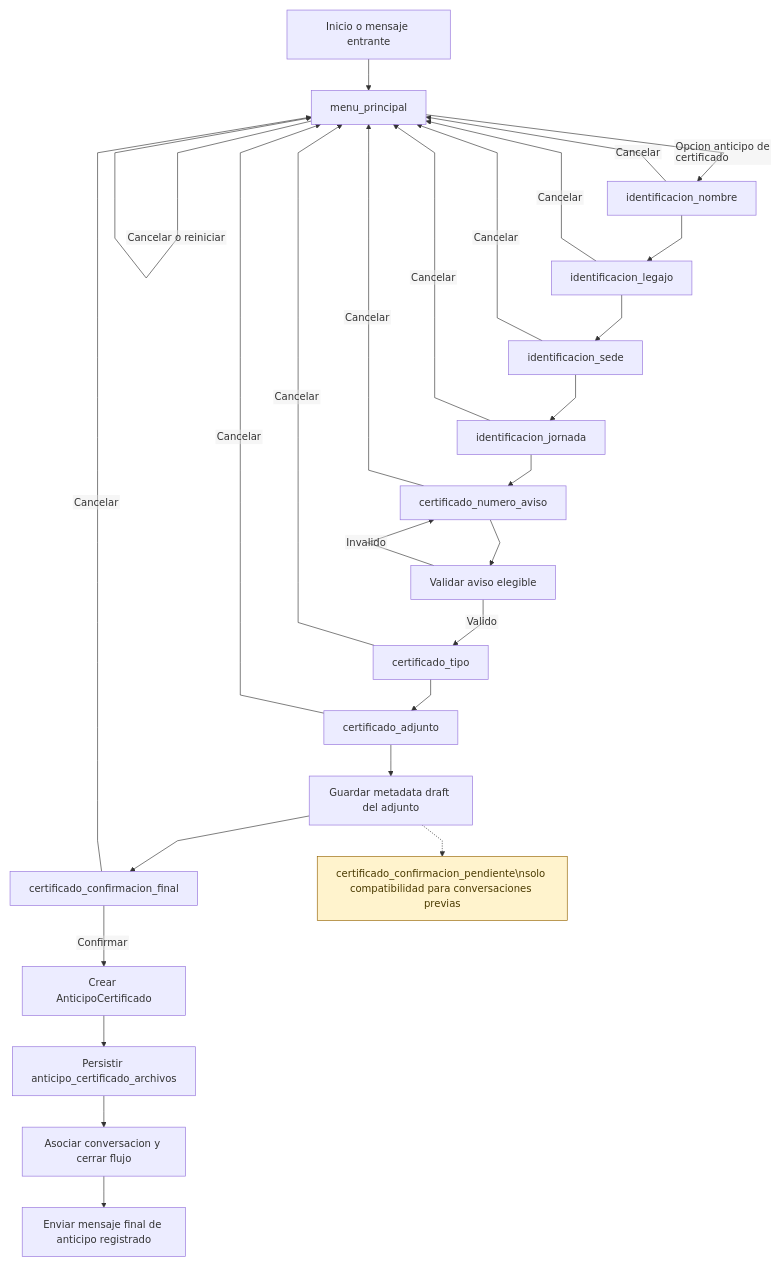
Above: docs/diagrams/rendered/flows/anticipo-certificado.png in martin-garay/unlu_medicina_laboral (Mermaid), before the change. Its source is kept beside it as docs/diagrams/flows/anticipo-certificado.mmd.
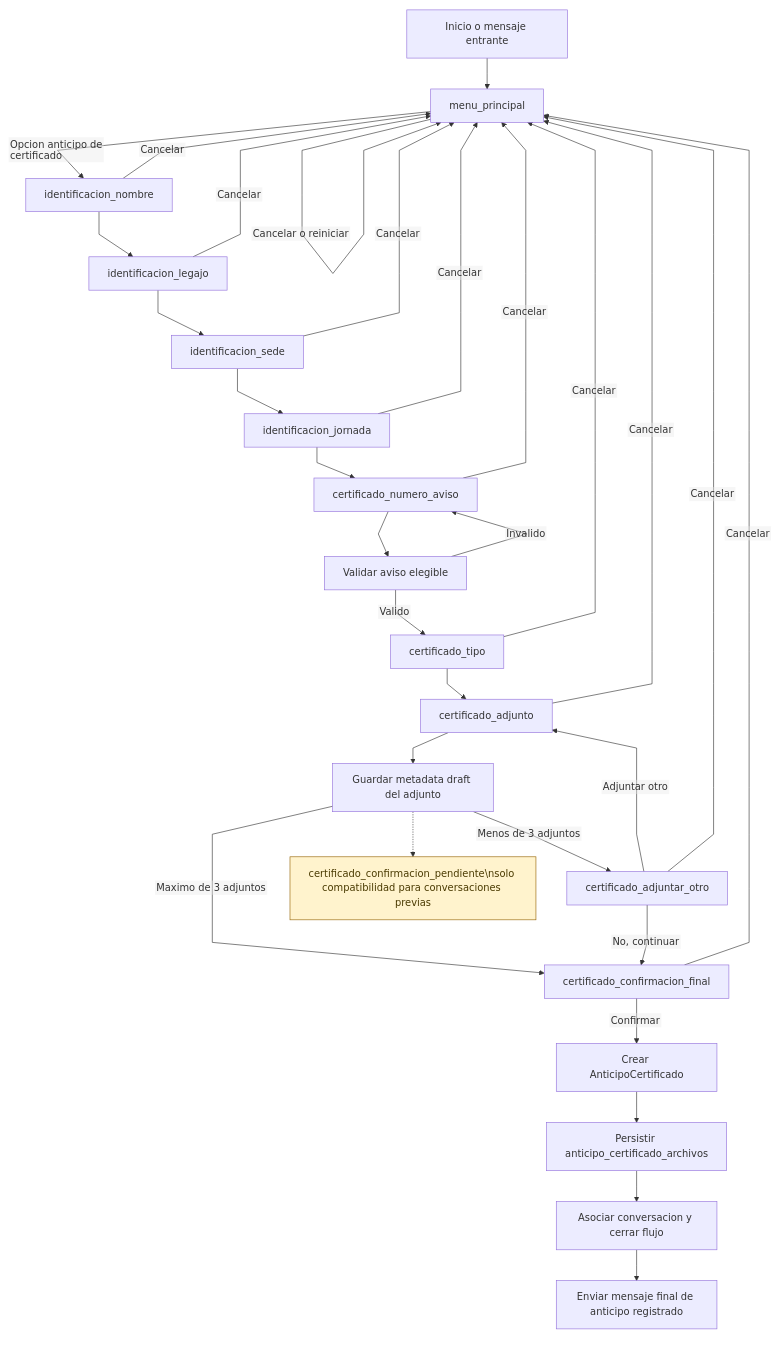
After the change.

Commit message:
feat: permitir multiples adjuntos en anticipo

Diff of the diagram source:
```diff
@@ -11,7 +11,10 @@
     H -->|Invalido| G
     I --> J[certificado_adjunto]
     J --> K[Guardar metadata draft del adjunto]
-    K --> L[certificado_confirmacion_final]
+    K -->|Menos de 3 adjuntos| KA[certificado_adjuntar_otro]
+    K -->|Maximo de 3 adjuntos| L[certificado_confirmacion_final]
+    KA -->|Adjuntar otro| J
+    KA -->|No, continuar| L
     L -->|Confirmar| M[Crear AnticipoCertificado]
     M --> N[Persistir anticipo_certificado_archivos]
     N --> O[Asociar conversacion y cerrar flujo]
@@ -24,6 +27,7 @@
     G -->|Cancelar| B
     I -->|Cancelar| B
     J -->|Cancelar| B
+    KA -->|Cancelar| B
     L -->|Cancelar| B
 
     classDef future fill:#fff3cd,stroke:#946200,color:#4a3a00;
```
